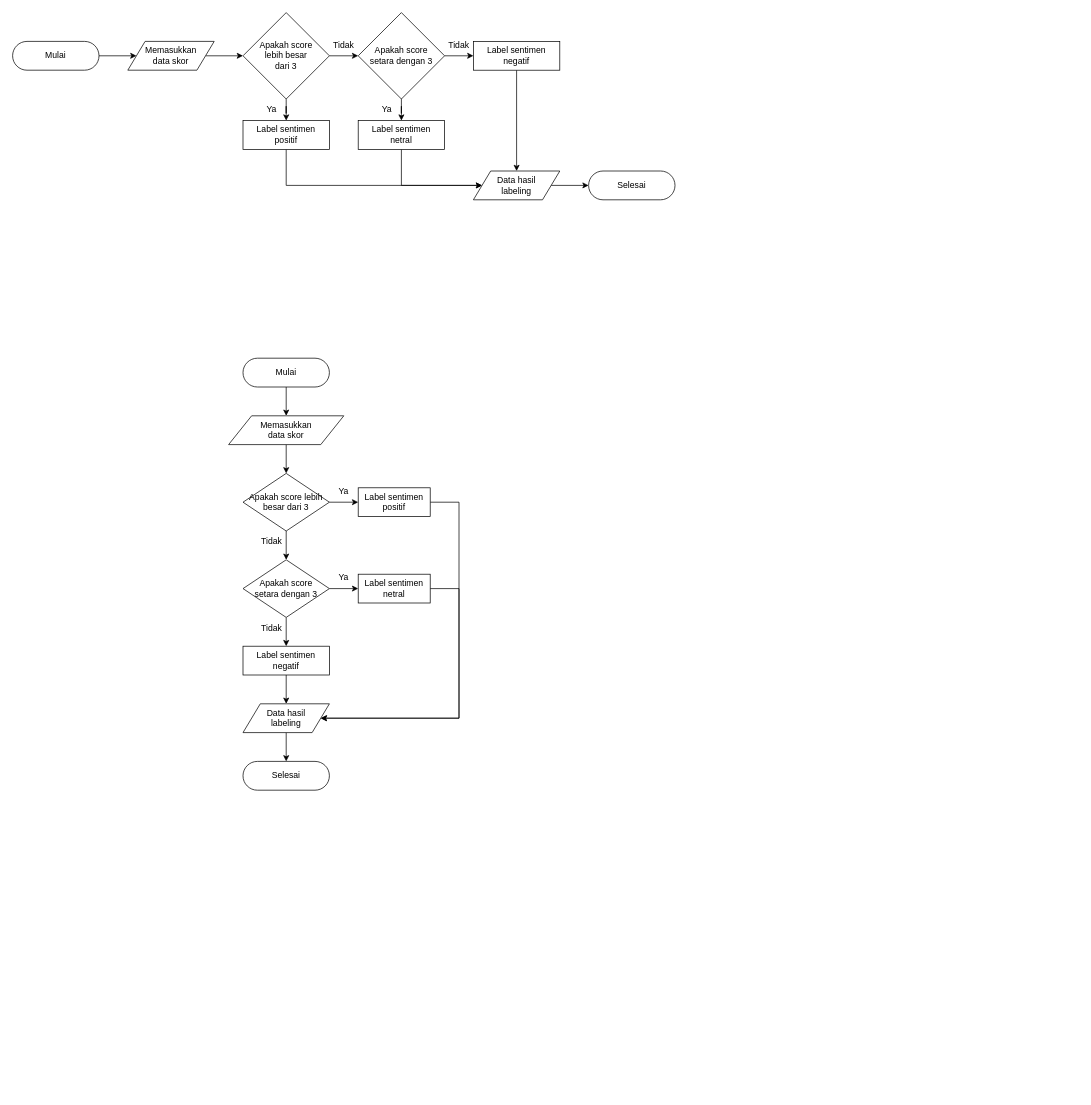
This is page "Labeling" (9 of 9) of Untitled Diagram.drawio from mksyfla/analysis-sentiment-using-svm, a draw.io file, before an edit. Source tidied: cells renumbered, new cells numbered last; positions are measured from the earlier drawing's top-left corner, leaving out a move shared by most shapes. Both pictures are drawn from the tidied source at 72%, with x=0, y=0 at pixel (12, 12).
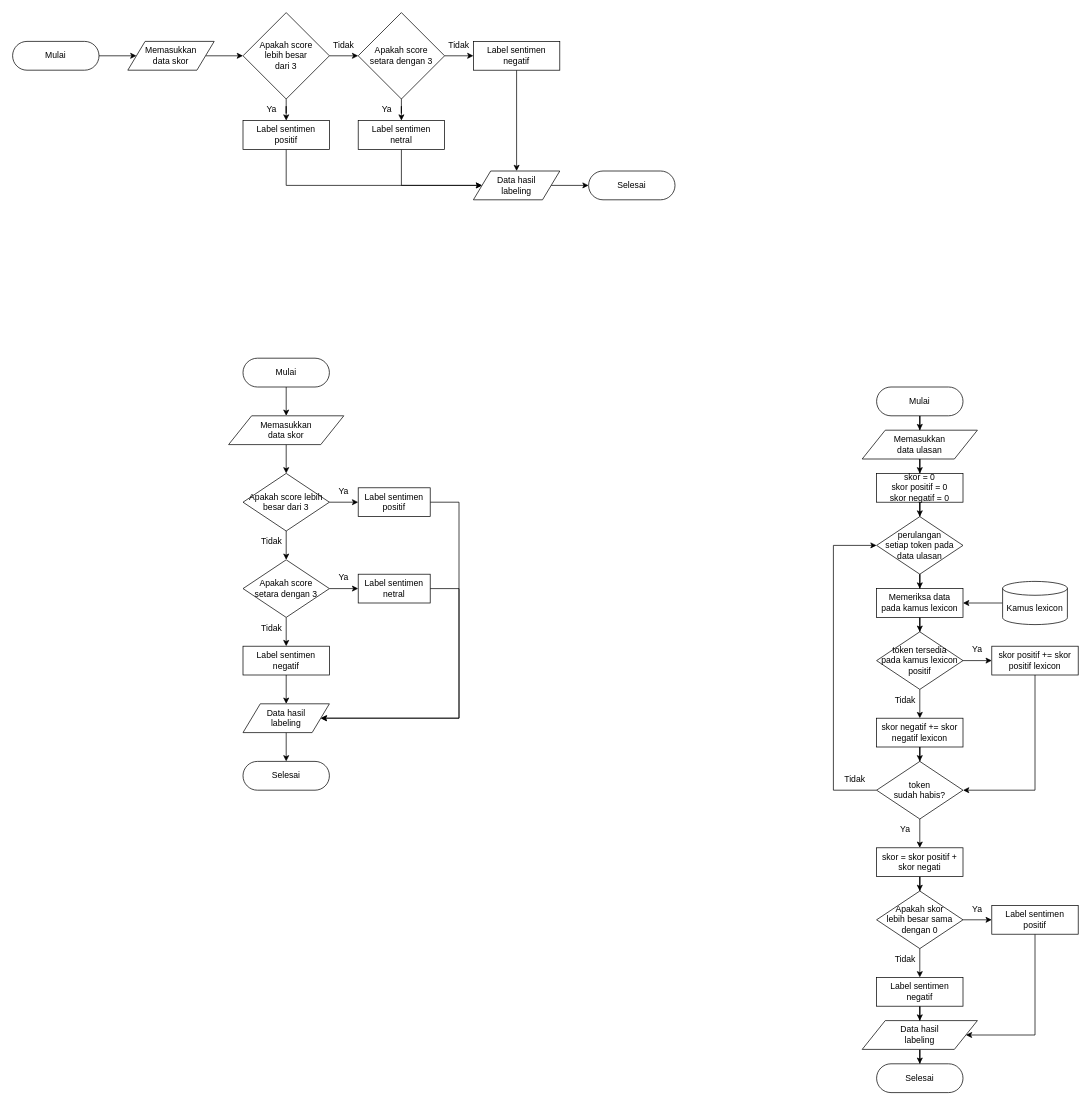
The same diagram, later.

What changed in the source:
```diff
@@
+    <mxCell id="48" style="edgeStyle=orthogonalEdgeStyle;rounded=0;jettySize=auto;html=1;" parent="1" edge="1" source="49" target="51">
+      <mxGeometry relative="1" as="geometry" />
+    </mxCell>
+    <mxCell id="49" value="Mulai" style="html=1;dashed=0;whiteSpace=wrap;shape=mxgraph.dfd.start;" parent="1" vertex="1">
+      <mxGeometry x="1200" y="520" width="120" height="40" as="geometry" />
+    </mxCell>
+    <mxCell id="50" style="edgeStyle=orthogonalEdgeStyle;rounded=0;jettySize=auto;html=1;" parent="1" edge="1" source="51" target="65">
+      <mxGeometry relative="1" as="geometry" />
+    </mxCell>
+    <mxCell id="51" value="&lt;div&gt;Memasukkan&lt;/div&gt;&lt;div&gt;data ulasan&lt;/div&gt;" style="shape=parallelogram;perimeter=parallelogramPerimeter;whiteSpace=wrap;html=1;dashed=0;" parent="1" vertex="1">
+      <mxGeometry x="1180" y="580" width="160" height="40" as="geometry" />
+    </mxCell>
+    <mxCell id="52" style="edgeStyle=orthogonalEdgeStyle;rounded=0;jettySize=auto;html=1;" parent="1" edge="1" source="53" target="54">
+      <mxGeometry relative="1" as="geometry" />
+    </mxCell>
+    <mxCell id="53" value="&lt;div&gt;Data hasil&lt;/div&gt;labeling" style="shape=parallelogram;perimeter=parallelogramPerimeter;whiteSpace=wrap;html=1;dashed=0;" parent="1" vertex="1">
+      <mxGeometry x="1180" y="1400" width="160" height="40" as="geometry" />
+    </mxCell>
+    <mxCell id="54" value="Selesai" style="html=1;dashed=0;whiteSpace=wrap;shape=mxgraph.dfd.start;" parent="1" vertex="1">
+      <mxGeometry x="1200" y="1460" width="120" height="40" as="geometry" />
+    </mxCell>
+    <mxCell id="55" style="edgeStyle=orthogonalEdgeStyle;rounded=0;jettySize=auto;html=1;" parent="1" edge="1" source="57" target="59">
+      <mxGeometry relative="1" as="geometry" />
+    </mxCell>
+    <mxCell id="56" style="edgeStyle=orthogonalEdgeStyle;rounded=0;jettySize=auto;html=1;" parent="1" edge="1" source="57" target="61">
+      <mxGeometry relative="1" as="geometry" />
+    </mxCell>
+    <mxCell id="57" value="&lt;div&gt;Apakah skor&lt;/div&gt;&lt;div&gt;lebih besar sama dengan 0&lt;/div&gt;" style="strokeWidth=1;html=1;shape=mxgraph.flowchart.decision;whiteSpace=wrap;" parent="1" vertex="1">
+      <mxGeometry x="1200" y="1220" width="120" height="80" as="geometry" />
+    </mxCell>
+    <mxCell id="58" style="edgeStyle=orthogonalEdgeStyle;rounded=0;jettySize=auto;html=1;" parent="1" edge="1" source="59" target="53">
+      <mxGeometry relative="1" as="geometry" />
+    </mxCell>
+    <mxCell id="59" value="&lt;div&gt;Label sentimen&lt;/div&gt;&lt;div&gt;negatif&lt;/div&gt;" style="html=1;dashed=0;whiteSpace=wrap;" parent="1" vertex="1">
+      <mxGeometry x="1200" y="1340" width="120" height="40" as="geometry" />
+    </mxCell>
+    <mxCell id="60" style="edgeStyle=orthogonalEdgeStyle;rounded=0;jettySize=auto;html=1;" parent="1" edge="1" source="61" target="53">
+      <mxGeometry relative="1" as="geometry">
+        <Array as="points">
+          <mxPoint x="1420" y="1420" />
+        </Array>
+      </mxGeometry>
+    </mxCell>
+    <mxCell id="61" value="&lt;div&gt;Label sentimen&lt;/div&gt;&lt;div&gt;positif&lt;/div&gt;" style="html=1;dashed=0;whiteSpace=wrap;" parent="1" vertex="1">
+      <mxGeometry x="1360" y="1240" width="120" height="40" as="geometry" />
+    </mxCell>
+    <mxCell id="62" value="Ya" style="text;html=1;align=center;verticalAlign=middle;whiteSpace=wrap;rounded=0;" parent="1" vertex="1">
+      <mxGeometry x="1320" y="1230" width="40" height="30" as="geometry" />
+    </mxCell>
+    <mxCell id="63" value="Tidak" style="text;html=1;align=center;verticalAlign=middle;whiteSpace=wrap;rounded=0;" parent="1" vertex="1">
+      <mxGeometry x="1220" y="1300" width="40" height="30" as="geometry" />
+    </mxCell>
+    <mxCell id="64" style="edgeStyle=orthogonalEdgeStyle;rounded=0;jettySize=auto;html=1;" parent="1" edge="1" source="65" target="73">
+      <mxGeometry relative="1" as="geometry" />
+    </mxCell>
+    <mxCell id="65" value="&lt;div&gt;skor = 0&lt;/div&gt;&lt;div&gt;skor positif = 0&lt;/div&gt;&lt;div&gt;skor negatif = 0&lt;/div&gt;" style="html=1;dashed=0;whiteSpace=wrap;" parent="1" vertex="1">
+      <mxGeometry x="1200" y="640" width="120" height="40" as="geometry" />
+    </mxCell>
+    <mxCell id="66" style="edgeStyle=orthogonalEdgeStyle;rounded=0;jettySize=auto;html=1;" parent="1" edge="1" source="67" target="81">
+      <mxGeometry relative="1" as="geometry" />
+    </mxCell>
+    <mxCell id="67" value="Memeriksa data&lt;div&gt;&lt;div&gt;pada kamus lexicon&lt;/div&gt;&lt;/div&gt;" style="html=1;dashed=0;whiteSpace=wrap;" parent="1" vertex="1">
+      <mxGeometry x="1200" y="800" width="120" height="40" as="geometry" />
+    </mxCell>
+    <mxCell id="68" style="edgeStyle=orthogonalEdgeStyle;rounded=0;jettySize=auto;html=1;" parent="1" edge="1" source="69" target="67">
+      <mxGeometry relative="1" as="geometry" />
+    </mxCell>
+    <mxCell id="69" value="Kamus&amp;nbsp;lexicon" style="shape=cylinder3;whiteSpace=wrap;html=1;boundedLbl=1;backgroundOutline=1;size=9.640263019221948;" parent="1" vertex="1">
+      <mxGeometry x="1375" y="790" width="90" height="60" as="geometry" />
+    </mxCell>
+    <mxCell id="70" style="edgeStyle=orthogonalEdgeStyle;rounded=0;jettySize=auto;html=1;" parent="1" edge="1" source="71" target="57">
+      <mxGeometry relative="1" as="geometry" />
+    </mxCell>
+    <mxCell id="71" value="skor = skor positif + skor negati" style="html=1;dashed=0;whiteSpace=wrap;" parent="1" vertex="1">
+      <mxGeometry x="1200" y="1160" width="120" height="40" as="geometry" />
+    </mxCell>
+    <mxCell id="72" style="edgeStyle=orthogonalEdgeStyle;rounded=0;jettySize=auto;html=1;" parent="1" edge="1" source="73" target="67">
+      <mxGeometry relative="1" as="geometry" />
+    </mxCell>
+    <mxCell id="73" value="&lt;div&gt;perulangan&lt;/div&gt;&lt;div&gt;setiap token pada data ulasan&lt;/div&gt;" style="strokeWidth=1;html=1;shape=mxgraph.flowchart.decision;whiteSpace=wrap;" parent="1" vertex="1">
+      <mxGeometry x="1200" y="700" width="120" height="80" as="geometry" />
+    </mxCell>
+    <mxCell id="74" style="edgeStyle=orthogonalEdgeStyle;rounded=0;jettySize=auto;html=1;" parent="1" edge="1" source="76" target="71">
+      <mxGeometry relative="1" as="geometry" />
+    </mxCell>
+    <mxCell id="75" style="edgeStyle=orthogonalEdgeStyle;rounded=0;jettySize=auto;html=1;" parent="1" edge="1" source="76" target="73">
+      <mxGeometry relative="1" as="geometry">
+        <Array as="points">
+          <mxPoint x="1140" y="1080" />
+          <mxPoint x="1140" y="740" />
+        </Array>
+      </mxGeometry>
+    </mxCell>
+    <mxCell id="76" value="&lt;div&gt;token&lt;/div&gt;&lt;div&gt;sudah habis?&lt;/div&gt;" style="strokeWidth=1;html=1;shape=mxgraph.flowchart.decision;whiteSpace=wrap;" parent="1" vertex="1">
+      <mxGeometry x="1200" y="1040" width="120" height="80" as="geometry" />
+    </mxCell>
+    <mxCell id="77" value="Ya" style="text;html=1;align=center;verticalAlign=middle;whiteSpace=wrap;rounded=0;" parent="1" vertex="1">
+      <mxGeometry x="1220" y="1120" width="40" height="30" as="geometry" />
+    </mxCell>
+    <mxCell id="78" value="Tidak" style="text;html=1;align=center;verticalAlign=middle;whiteSpace=wrap;rounded=0;" parent="1" vertex="1">
+      <mxGeometry x="1150" y="1050" width="40" height="30" as="geometry" />
+    </mxCell>
+    <mxCell id="79" style="edgeStyle=orthogonalEdgeStyle;rounded=0;jettySize=auto;html=1;" parent="1" edge="1" source="81" target="83">
+      <mxGeometry relative="1" as="geometry" />
+    </mxCell>
+    <mxCell id="80" style="edgeStyle=orthogonalEdgeStyle;rounded=0;jettySize=auto;html=1;" parent="1" edge="1" source="81" target="85">
+      <mxGeometry relative="1" as="geometry" />
+    </mxCell>
+    <mxCell id="81" value="&lt;div&gt;token tersedia&lt;/div&gt;&lt;div&gt;pada kamus lexicon positif&lt;/div&gt;" style="strokeWidth=1;html=1;shape=mxgraph.flowchart.decision;whiteSpace=wrap;" parent="1" vertex="1">
+      <mxGeometry x="1200" y="860" width="120" height="80" as="geometry" />
+    </mxCell>
+    <mxCell id="82" style="edgeStyle=orthogonalEdgeStyle;rounded=0;jettySize=auto;html=1;" parent="1" edge="1" source="83" target="76">
+      <mxGeometry relative="1" as="geometry">
+        <Array as="points">
+          <mxPoint x="1420" y="1080" />
+        </Array>
+      </mxGeometry>
+    </mxCell>
+    <mxCell id="83" value="skor positif += skor positif lexicon" style="html=1;dashed=0;whiteSpace=wrap;" parent="1" vertex="1">
+      <mxGeometry x="1360" y="880" width="120" height="40" as="geometry" />
+    </mxCell>
+    <mxCell id="84" style="edgeStyle=orthogonalEdgeStyle;rounded=0;jettySize=auto;html=1;" parent="1" edge="1" source="85" target="76">
+      <mxGeometry relative="1" as="geometry" />
+    </mxCell>
+    <mxCell id="85" value="skor negatif += skor negatif lexicon" style="html=1;dashed=0;whiteSpace=wrap;" parent="1" vertex="1">
+      <mxGeometry x="1200" y="980" width="120" height="40" as="geometry" />
+    </mxCell>
+    <mxCell id="86" value="Tidak" style="text;html=1;align=center;verticalAlign=middle;whiteSpace=wrap;rounded=0;" parent="1" vertex="1">
+      <mxGeometry x="1220" y="940" width="40" height="30" as="geometry" />
+    </mxCell>
+    <mxCell id="87" value="Ya" style="text;html=1;align=center;verticalAlign=middle;whiteSpace=wrap;rounded=0;" parent="1" vertex="1">
+      <mxGeometry x="1320" y="870" width="40" height="30" as="geometry" />
+    </mxCell>
```
